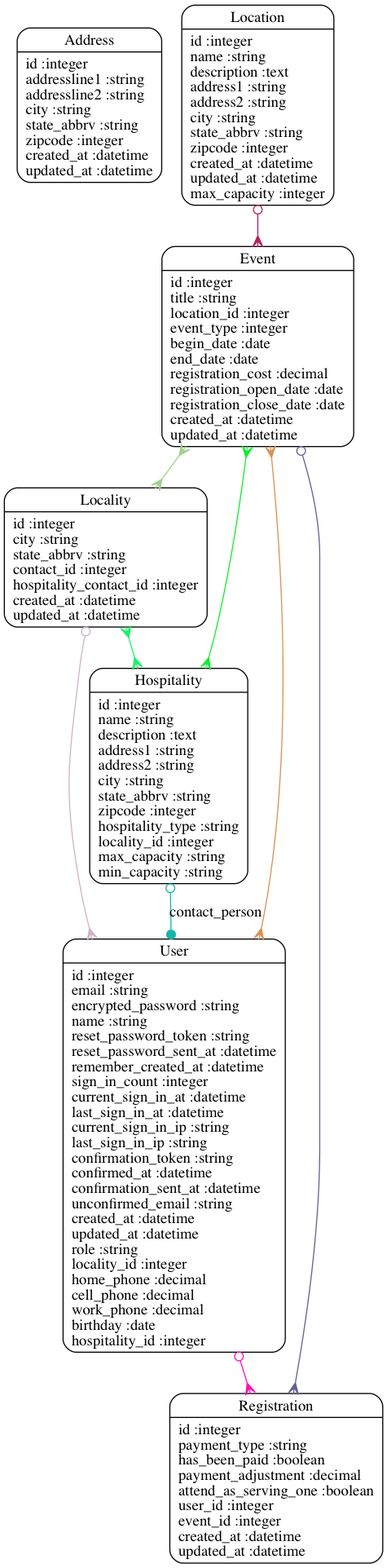
hdfelix/ypreg keeps this Graphviz diagram as models.png. Above is the earlier version. Its source is kept beside it as models.dot.
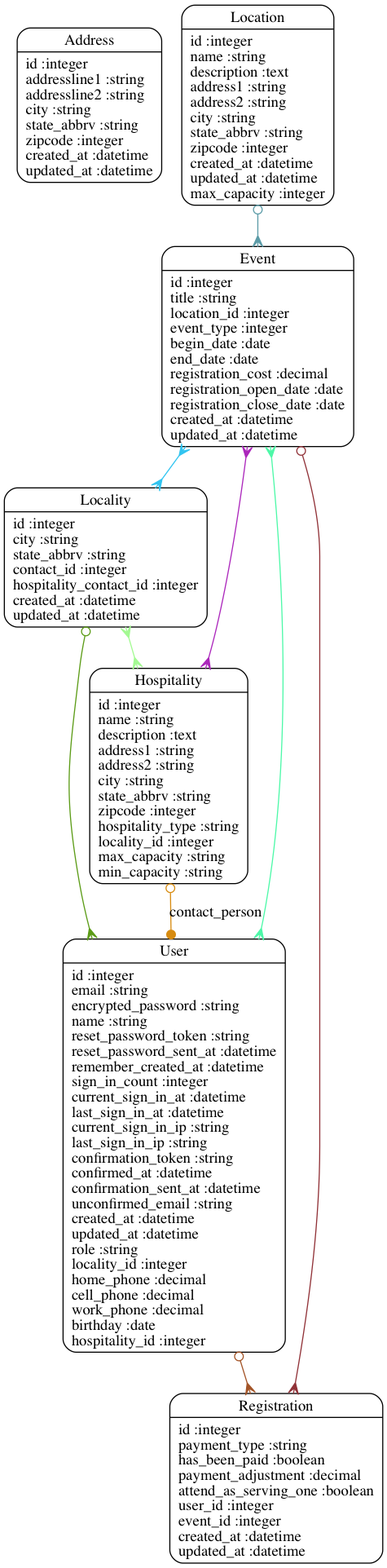
After the commit.

Commit message:
Update ERB after changes to schema

Change to the diagram source:
```diff
@@ -7,13 +7,13 @@
 	"Location" [shape=Mrecord, label="{Location|id :integer\lname :string\ldescription :text\laddress1 :string\laddress2 :string\lcity :string\lstate_abbrv :string\lzipcode :integer\lcreated_at :datetime\lupdated_at :datetime\lmax_capacity :integer\l}"]
 	"Registration" [shape=Mrecord, label="{Registration|id :integer\lpayment_type :string\lhas_been_paid :boolean\lpayment_adjustment :decimal\lattend_as_serving_one :boolean\luser_id :integer\levent_id :integer\lcreated_at :datetime\lupdated_at :datetime\l}"]
 	"User" [shape=Mrecord, label="{User|id :integer\lemail :string\lencrypted_password :string\lname :string\lreset_password_token :string\lreset_password_sent_at :datetime\lremember_created_at :datetime\lsign_in_count :integer\lcurrent_sign_in_at :datetime\llast_sign_in_at :datetime\lcurrent_sign_in_ip :string\llast_sign_in_ip :string\lconfirmation_token :string\lconfirmed_at :datetime\lconfirmation_sent_at :datetime\lunconfirmed_email :string\lcreated_at :datetime\lupdated_at :datetime\lrole :string\llocality_id :integer\lhome_phone :decimal\lcell_phone :decimal\lwork_phone :decimal\lbirthday :date\lhospitality_id :integer\l}"]
-	"Event" -> "Registration" [arrowtail=odot, arrowhead=crow, dir=both color="#656291"]
-	"Event" -> "User" [arrowtail=crow, arrowhead=crow, dir=both color="#DB9153"]
-	"Event" -> "Locality" [arrowtail=crow, arrowhead=crow, dir=both color="#9FD08F"]
-	"Event" -> "Hospitality" [arrowtail=crow, arrowhead=crow, dir=both color="#15EB33"]
-	"Hospitality" -> "User" [label="contact_person", arrowtail=odot, arrowhead=dot, dir=both color="#14B6A5"]
-	"Locality" -> "User" [arrowtail=odot, arrowhead=crow, dir=both color="#CFB3C5"]
-	"Locality" -> "Hospitality" [arrowtail=crow, arrowhead=crow, dir=both color="#16F365"]
-	"Location" -> "Event" [arrowtail=odot, arrowhead=crow, dir=both color="#B51E63"]
-	"User" -> "Registration" [arrowtail=odot, arrowhead=crow, dir=both color="#FE10B8"]
+	"Event" -> "Registration" [arrowtail=odot, arrowhead=crow, dir=both color="#903137"]
+	"Event" -> "User" [arrowtail=crow, arrowhead=crow, dir=both color="#4DF8A8"]
+	"Event" -> "Locality" [arrowtail=crow, arrowhead=crow, dir=both color="#31C4F0"]
+	"Event" -> "Hospitality" [arrowtail=crow, arrowhead=crow, dir=both color="#AB26BB"]
+	"Hospitality" -> "User" [label="contact_person", arrowtail=odot, arrowhead=dot, dir=both color="#D78B10"]
+	"Locality" -> "User" [arrowtail=odot, arrowhead=crow, dir=both color="#5B9B16"]
+	"Locality" -> "Hospitality" [arrowtail=crow, arrowhead=crow, dir=both color="#A3F992"]
+	"Location" -> "Event" [arrowtail=odot, arrowhead=crow, dir=both color="#5B9BA7"]
+	"User" -> "Registration" [arrowtail=odot, arrowhead=crow, dir=both color="#A35427"]
 }
```
